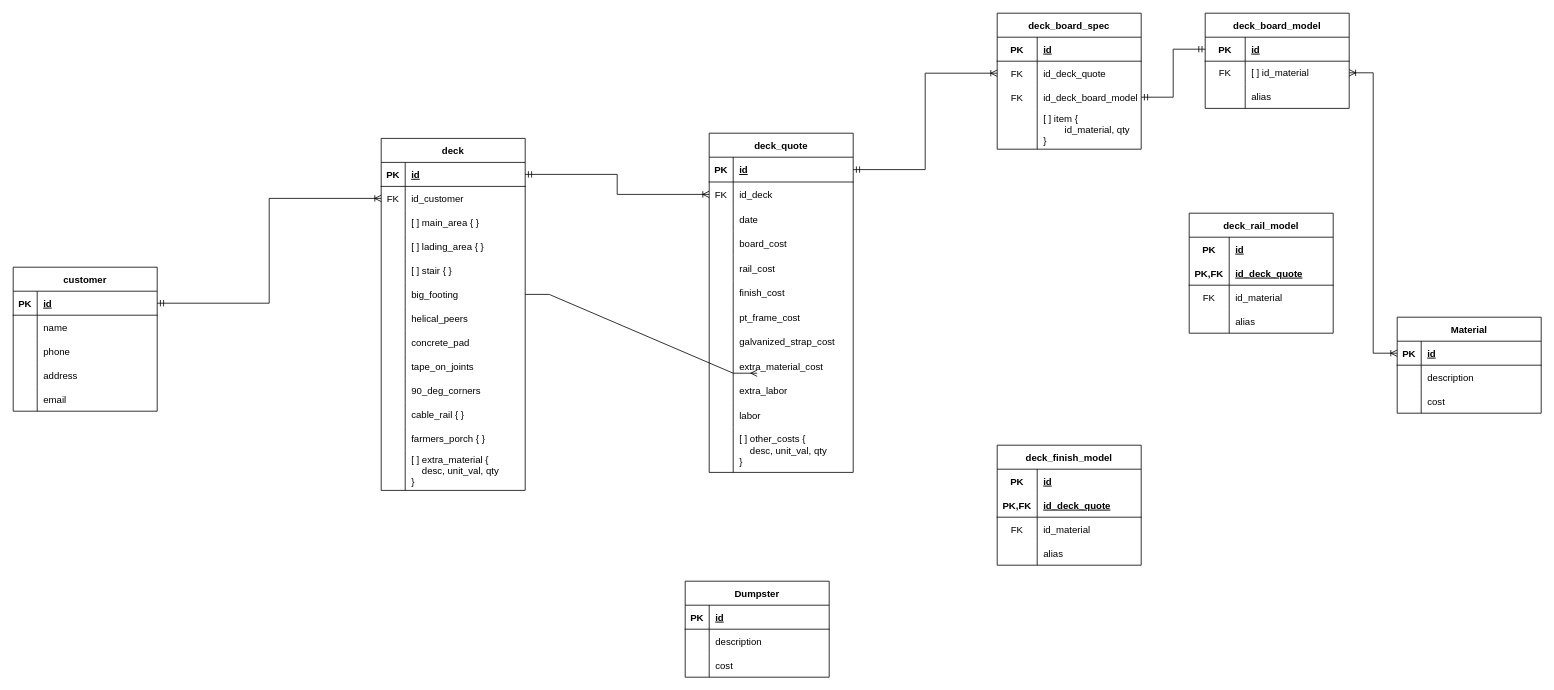
The draw.io diagram der.drawio in winter-hill-builders/docker, before the edit. Source tidied: cells renumbered, new cells numbered last; positions are measured from the earlier drawing's top-left corner, leaving out a move shared by most shapes. Both pictures are drawn from the tidied source at 80%, with x=0, y=0 at pixel (13, 13).
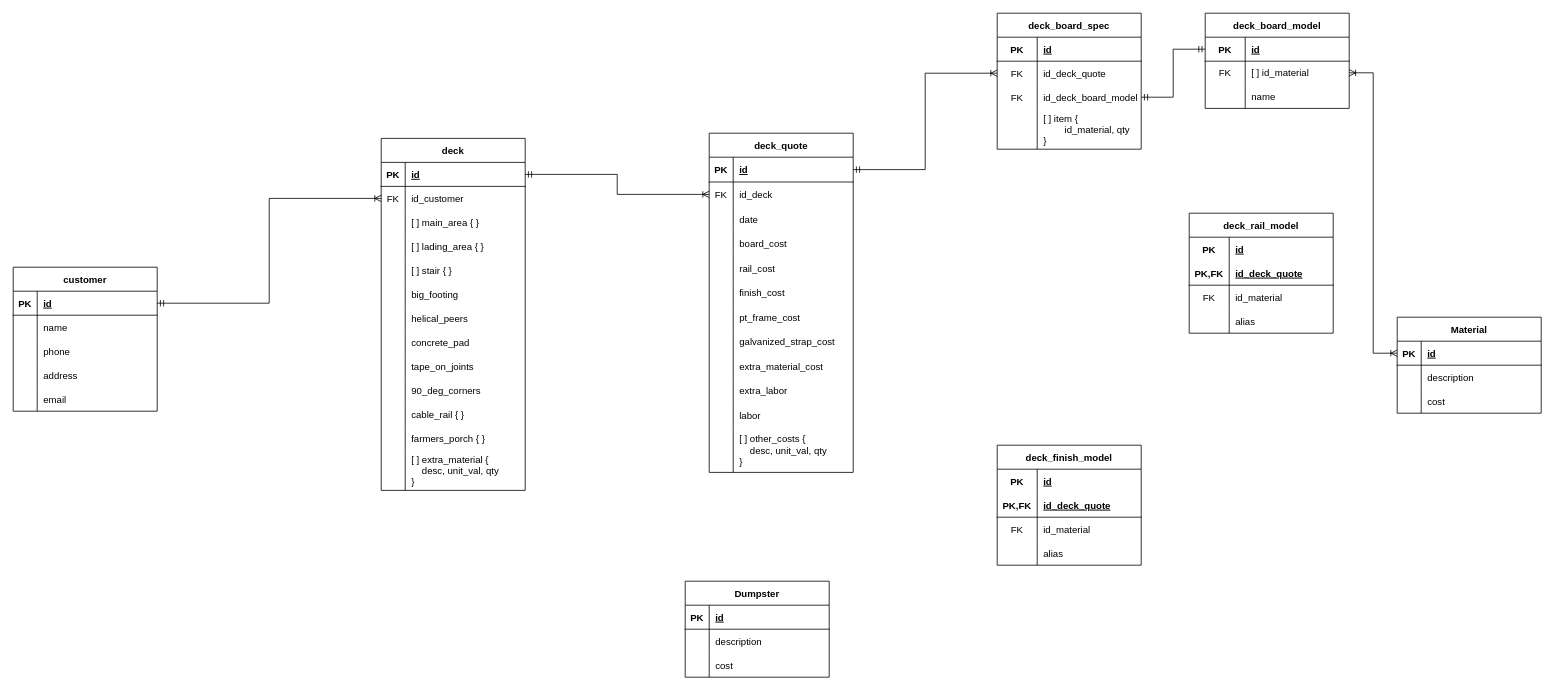
After the change.

Unchanged cells that the change refers to:
```xml
<mxCell id="44" style="shape=tableRow;horizontal=0;startSize=0;swimlaneHead=0;swimlaneBody=0;fillColor=none;points=[[0,0.5],[1,0.5]];portConstraint=eastwest;top=0;left=0;right=0;bottom=0;" parent="28" vertex="1">
  <mxGeometry y="180" width="180" height="30" as="geometry" />
</mxCell>
<mxCell id="153" style="shape=tableRow;horizontal=0;startSize=0;swimlaneHead=0;swimlaneBody=0;fillColor=none;top=0;left=0;right=0;bottom=0;" parent="146" vertex="1">
  <mxGeometry y="89" width="180" height="30" as="geometry" />
</mxCell>
```

The edit, as a diff of the source:
```diff
@@
-    <mxCell id="131" style="edgeStyle=entityRelationEdgeStyle;fontSize=12;html=1;endArrow=ERmany;rounded=0;exitX=1;exitY=0.5;exitDx=0;exitDy=0;entryX=0;entryY=0.5;entryDx=0;entryDy=0;" parent="1" edge="1" source="44">
-      <mxGeometry relative="1" as="geometry">
-        <mxPoint x="930" y="450" as="targetPoint" />
-      </mxGeometry>
-    </mxCell>
@@
-    <mxCell id="155" value="alias" style="shape=partialRectangle;fillColor=none;top=0;left=0;bottom=0;right=0;align=left;spacingLeft=6;overflow=hidden;" parent="153" vertex="1">
+    <mxCell id="155" value="name" style="shape=partialRectangle;fillColor=none;top=0;left=0;bottom=0;right=0;align=left;spacingLeft=6;overflow=hidden;" parent="153" vertex="1">
       <mxGeometry x="50" width="130" height="30" as="geometry" />
     </mxCell>
```
